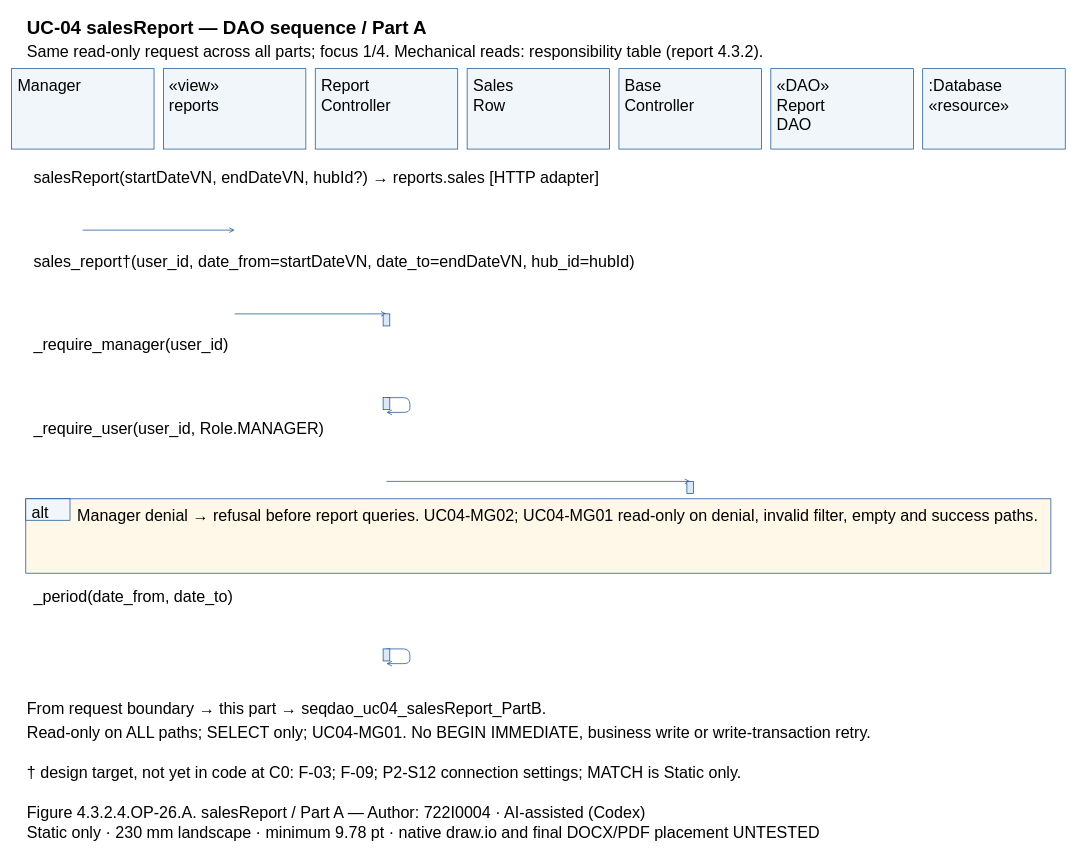
Dat071104/SaigonBite keeps this draw.io diagram as models/UC-04/seqdao_uc04_salesReport_PartA.drawio. Above is the earlier version. Source tidied: cells renumbered, new cells numbered last; positions are measured from the earlier drawing's top-left corner, leaving out a move shared by most shapes. Both pictures are drawn from the tidied source at 67%, with x=0, y=0 at pixel (11, 11).
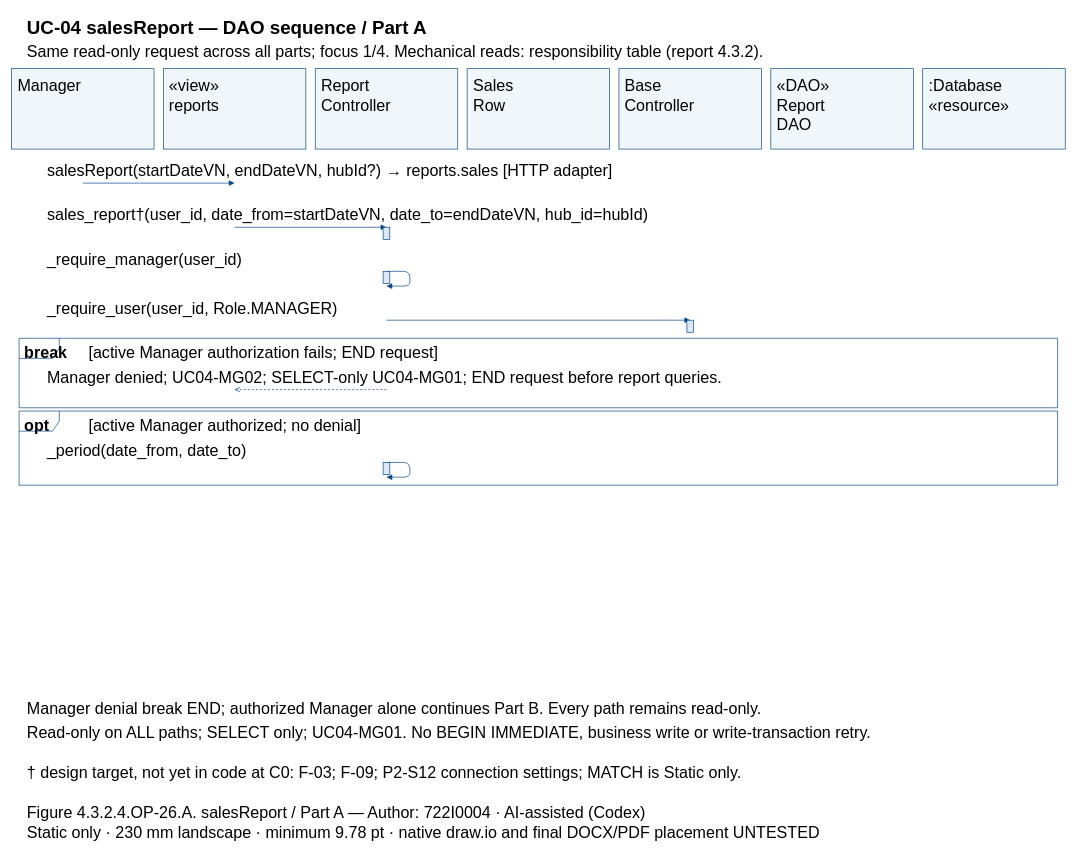
The same page after the edit.

Diff of the diagram source:
```diff
@@
+    <mxCell id="51" style="shape=umlFrame;fillColor=none;strokeColor=#004387;" parent="1" vertex="1">
+      <mxGeometry x="11" y="487.4" width="1550" height="103.7" as="geometry" />
+    </mxCell>
+    <mxCell id="52" style="shape=umlFrame;fillColor=none;strokeColor=#004387;" parent="1" vertex="1">
+      <mxGeometry x="11" y="596" width="1550" height="110.7" as="geometry" />
+    </mxCell>
@@
-    <mxCell id="5" value="Manager" style="text;html=0;whiteSpace=wrap;align=left;verticalAlign=top;strokeColor=none;fillColor=none;fontFamily=Arial;fontSize=24;fontStyle=0;" parent="1" vertex="1">
-      <mxGeometry x="6.7" y="90" width="198.7" height="27.8" as="geometry" />
-    </mxCell>
+    <mxCell id="7" value="Manager" style="text;html=0;whiteSpace=wrap;align=left;verticalAlign=top;strokeColor=none;fillColor=none;fontFamily=Arial;fontSize=24;fontStyle=0;" parent="1" vertex="1">
+      <mxGeometry x="6.7" y="90" width="198.7" height="27.8" as="geometry" />
+    </mxCell>
@@
-    <mxCell id="7" value="«view»&#10;reports" style="text;html=0;whiteSpace=wrap;align=left;verticalAlign=top;strokeColor=none;fillColor=none;fontFamily=Arial;fontSize=24;fontStyle=0;" parent="1" vertex="1">
-      <mxGeometry x="233.3" y="90" width="198.7" height="55.7" as="geometry" />
-    </mxCell>
+    <mxCell id="9" value="«view»&#10;reports" style="text;html=0;whiteSpace=wrap;align=left;verticalAlign=top;strokeColor=none;fillColor=none;fontFamily=Arial;fontSize=24;fontStyle=0;" parent="1" vertex="1">
+      <mxGeometry x="233.3" y="90" width="198.7" height="55.7" as="geometry" />
+    </mxCell>
@@
-    <mxCell id="9" value="Report&#10;Controller" style="text;html=0;whiteSpace=wrap;align=left;verticalAlign=top;strokeColor=none;fillColor=none;fontFamily=Arial;fontSize=24;fontStyle=0;" parent="1" vertex="1">
-      <mxGeometry x="460" y="90" width="198.7" height="55.7" as="geometry" />
-    </mxCell>
+    <mxCell id="11" value="Report&#10;Controller" style="text;html=0;whiteSpace=wrap;align=left;verticalAlign=top;strokeColor=none;fillColor=none;fontFamily=Arial;fontSize=24;fontStyle=0;" parent="1" vertex="1">
+      <mxGeometry x="460" y="90" width="198.7" height="55.7" as="geometry" />
+    </mxCell>
@@
-    <mxCell id="11" value="Sales&#10;Row" style="text;html=0;whiteSpace=wrap;align=left;verticalAlign=top;strokeColor=none;fillColor=none;fontFamily=Arial;fontSize=24;fontStyle=0;" parent="1" vertex="1">
-      <mxGeometry x="686.7" y="90" width="198.7" height="55.7" as="geometry" />
-    </mxCell>
+    <mxCell id="13" value="Sales&#10;Row" style="text;html=0;whiteSpace=wrap;align=left;verticalAlign=top;strokeColor=none;fillColor=none;fontFamily=Arial;fontSize=24;fontStyle=0;" parent="1" vertex="1">
+      <mxGeometry x="686.7" y="90" width="198.7" height="55.7" as="geometry" />
+    </mxCell>
@@
-    <mxCell id="13" value="Base&#10;Controller" style="text;html=0;whiteSpace=wrap;align=left;verticalAlign=top;strokeColor=none;fillColor=none;fontFamily=Arial;fontSize=24;fontStyle=0;" parent="1" vertex="1">
-      <mxGeometry x="913.3" y="90" width="198.7" height="55.7" as="geometry" />
-    </mxCell>
+    <mxCell id="15" value="Base&#10;Controller" style="text;html=0;whiteSpace=wrap;align=left;verticalAlign=top;strokeColor=none;fillColor=none;fontFamily=Arial;fontSize=24;fontStyle=0;" parent="1" vertex="1">
+      <mxGeometry x="913.3" y="90" width="198.7" height="55.7" as="geometry" />
+    </mxCell>
@@
-    <mxCell id="15" value="«DAO»&#10;Report&#10;DAO" style="text;html=0;whiteSpace=wrap;align=left;verticalAlign=top;strokeColor=none;fillColor=none;fontFamily=Arial;fontSize=24;fontStyle=0;" parent="1" vertex="1">
-      <mxGeometry x="1140" y="90" width="198.7" height="83.5" as="geometry" />
-    </mxCell>
+    <mxCell id="17" value="«DAO»&#10;Report&#10;DAO" style="text;html=0;whiteSpace=wrap;align=left;verticalAlign=top;strokeColor=none;fillColor=none;fontFamily=Arial;fontSize=24;fontStyle=0;" parent="1" vertex="1">
+      <mxGeometry x="1140" y="90" width="198.7" height="83.5" as="geometry" />
+    </mxCell>
@@
-    <mxCell id="17" value=":Database&#10;«resource»" style="text;html=0;whiteSpace=wrap;align=left;verticalAlign=top;strokeColor=none;fillColor=none;fontFamily=Arial;fontSize=24;fontStyle=0;" parent="1" vertex="1">
-      <mxGeometry x="1366.7" y="90" width="198.7" height="55.7" as="geometry" />
-    </mxCell>
+    <mxCell id="53" value=":Database&#10;«resource»" style="text;html=0;whiteSpace=wrap;align=left;verticalAlign=top;strokeColor=none;fillColor=none;fontFamily=Arial;fontSize=24;fontStyle=0;" parent="1" vertex="1">
+      <mxGeometry x="1366.7" y="90" width="198.7" height="55.7" as="geometry" />
+    </mxCell>
+    <mxCell id="54" value="break" style="text;html=0;whiteSpace=wrap;align=left;verticalAlign=top;strokeColor=none;fillColor=none;fontFamily=Arial;fontSize=24;fontStyle=1;" parent="1" vertex="1">
+      <mxGeometry x="17" y="488.4" width="84" height="27.8" as="geometry" />
+    </mxCell>
+    <mxCell id="55" value="[active Manager authorization fails; END request]" style="text;html=0;whiteSpace=wrap;align=left;verticalAlign=top;strokeColor=none;fillColor=none;fontFamily=Arial;fontSize=24;fontStyle=0;" parent="1" vertex="1">
+      <mxGeometry x="113" y="488.4" width="1438" height="27.8" as="geometry" />
+    </mxCell>
+    <mxCell id="56" value="opt" style="text;html=0;whiteSpace=wrap;align=left;verticalAlign=top;strokeColor=none;fillColor=none;fontFamily=Arial;fontSize=24;fontStyle=1;" parent="1" vertex="1">
+      <mxGeometry x="17" y="597" width="84" height="27.8" as="geometry" />
+    </mxCell>
+    <mxCell id="57" value="[active Manager authorized; no denial]" style="text;html=0;whiteSpace=wrap;align=left;verticalAlign=top;strokeColor=none;fillColor=none;fontFamily=Arial;fontSize=24;fontStyle=0;" parent="1" vertex="1">
+      <mxGeometry x="113" y="597" width="1438" height="27.8" as="geometry" />
+    </mxCell>
     <mxCell id="18" value="salesReport(startDateVN, endDateVN, hubId?) → reports.sales [HTTP adapter]" style="text;html=0;whiteSpace=wrap;align=left;verticalAlign=top;strokeColor=none;fillColor=none;fontFamily=Arial;fontSize=24;fontStyle=0;" parent="1" vertex="1">
-      <mxGeometry x="31" y="227" width="1510" height="27.8" as="geometry" />
+      <mxGeometry x="51" y="217" width="1470" height="27.8" as="geometry" />
     </mxCell>
     <mxCell id="19" style="opacity=0;" parent="1" vertex="1">
-      <mxGeometry x="106" y="326" as="geometry" />
+      <mxGeometry x="106" y="255.8" as="geometry" />
     </mxCell>
     <mxCell id="20" style="opacity=0;" parent="1" vertex="1">
-      <mxGeometry x="332.7" y="326" as="geometry" />
+      <mxGeometry x="332.7" y="255.8" as="geometry" />
     </mxCell>
-    <mxCell id="21" style="edgeStyle=none;endArrow=open;strokeColor=#004387;exitX=0.5;entryX=0.5;exitPerimeter=0;entryPerimeter=0;" parent="1" edge="1" source="19" target="20">
+    <mxCell id="21" style="edgeStyle=none;endArrow=block;endFill=1;strokeColor=#004387;exitX=0.5;entryX=0.5;exitPerimeter=0;entryPerimeter=0;" parent="1" edge="1" source="19" target="20">
       <mxGeometry relative="1" as="geometry" />
     </mxCell>
-    <mxCell id="22" value="sales_report†(user_id, date_from=startDateVN, date_to=endDateVN, hub_id=hubId)" style="text;html=0;whiteSpace=wrap;align=left;verticalAlign=top;strokeColor=none;fillColor=none;fontFamily=Arial;fontSize=24;fontStyle=0;" parent="1" vertex="1">
-      <mxGeometry x="31" y="352" width="1510" height="27.8" as="geometry" />
-    </mxCell>
+    <mxCell id="32" value="sales_report†(user_id, date_from=startDateVN, date_to=endDateVN, hub_id=hubId)" style="text;html=0;whiteSpace=wrap;align=left;verticalAlign=top;strokeColor=none;fillColor=none;fontFamily=Arial;fontSize=24;fontStyle=0;" parent="1" vertex="1">
+      <mxGeometry x="51" y="282.8" width="1470" height="27.8" as="geometry" />
+    </mxCell>
     <mxCell id="23" style="opacity=0;" parent="1" vertex="1">
-      <mxGeometry x="332.7" y="451" as="geometry" />
+      <mxGeometry x="332.7" y="321.7" as="geometry" />
     </mxCell>
     <mxCell id="24" style="opacity=0;" parent="1" vertex="1">
-      <mxGeometry x="559.3" y="451" as="geometry" />
+      <mxGeometry x="559.3" y="321.7" as="geometry" />
     </mxCell>
-    <mxCell id="25" style="edgeStyle=none;endArrow=open;strokeColor=#004387;exitX=0.5;entryX=0.5;exitPerimeter=0;entryPerimeter=0;" parent="1" edge="1" source="23" target="24">
+    <mxCell id="25" style="edgeStyle=none;endArrow=block;endFill=1;strokeColor=#004387;exitX=0.5;entryX=0.5;exitPerimeter=0;entryPerimeter=0;" parent="1" edge="1" source="23" target="24">
       <mxGeometry relative="1" as="geometry" />
     </mxCell>
-    <mxCell id="26" style="fillColor=#DAE9F5;strokeColor=#004387;" parent="1" vertex="1">
-      <mxGeometry x="554.3" y="451" width="10" height="18" as="geometry" />
-    </mxCell>
+    <mxCell id="36" style="fillColor=#DAE9F5;strokeColor=#004387;" parent="1" vertex="1">
+      <mxGeometry x="554.3" y="321.7" width="10" height="18" as="geometry" />
+    </mxCell>
     <mxCell id="27" value="_require_manager(user_id)" style="text;html=0;whiteSpace=wrap;align=left;verticalAlign=top;strokeColor=none;fillColor=none;fontFamily=Arial;fontSize=24;fontStyle=0;" parent="1" vertex="1">
-      <mxGeometry x="31" y="477" width="1510" height="27.8" as="geometry" />
+      <mxGeometry x="51" y="348.7" width="1470" height="27.8" as="geometry" />
     </mxCell>
     <mxCell id="28" style="opacity=0;" parent="1" vertex="1">
-      <mxGeometry x="559.3" y="576" as="geometry" />
+      <mxGeometry x="559.3" y="387.5" as="geometry" />
     </mxCell>
     <mxCell id="29" style="opacity=0;" parent="1" vertex="1">
-      <mxGeometry x="559.3" y="598" as="geometry" />
+      <mxGeometry x="559.3" y="409.5" as="geometry" />
     </mxCell>
-    <mxCell id="30" style="edgeStyle=none;endArrow=open;strokeColor=#004387;exitX=0.5;entryX=0.5;exitPerimeter=0;entryPerimeter=0;" parent="1" edge="1" source="28" target="29">
+    <mxCell id="30" style="edgeStyle=none;endArrow=block;endFill=1;strokeColor=#004387;exitX=0.5;entryX=0.5;exitPerimeter=0;entryPerimeter=0;" parent="1" edge="1" source="28" target="29">
       <mxGeometry relative="1" as="geometry">
         <Array as="points">
-          <mxPoint x="594.3" y="576" />
-          <mxPoint x="594.3" y="598" />
+          <mxPoint x="594.3" y="387.5" />
+          <mxPoint x="594.3" y="409.5" />
         </Array>
       </mxGeometry>
     </mxCell>
-    <mxCell id="31" style="fillColor=#DAE9F5;strokeColor=#004387;" parent="1" vertex="1">
-      <mxGeometry x="554.3" y="576" width="10" height="18" as="geometry" />
-    </mxCell>
-    <mxCell id="32" value="_require_user(user_id, Role.MANAGER)" style="text;html=0;whiteSpace=wrap;align=left;verticalAlign=top;strokeColor=none;fillColor=none;fontFamily=Arial;fontSize=24;fontStyle=0;" parent="1" vertex="1">
-      <mxGeometry x="31" y="602" width="1510" height="27.8" as="geometry" />
-    </mxCell>
+    <mxCell id="58" style="fillColor=#DAE9F5;strokeColor=#004387;" parent="1" vertex="1">
+      <mxGeometry x="554.3" y="387.5" width="10" height="18" as="geometry" />
+    </mxCell>
+    <mxCell id="40" value="_require_user(user_id, Role.MANAGER)" style="text;html=0;whiteSpace=wrap;align=left;verticalAlign=top;strokeColor=none;fillColor=none;fontFamily=Arial;fontSize=24;fontStyle=0;" parent="1" vertex="1">
+      <mxGeometry x="51" y="421.5" width="1470" height="27.8" as="geometry" />
+    </mxCell>
     <mxCell id="33" style="opacity=0;" parent="1" vertex="1">
-      <mxGeometry x="559.3" y="701" as="geometry" />
+      <mxGeometry x="559.3" y="460.4" as="geometry" />
     </mxCell>
     <mxCell id="34" style="opacity=0;" parent="1" vertex="1">
-      <mxGeometry x="1012.7" y="701" as="geometry" />
+      <mxGeometry x="1012.7" y="460.4" as="geometry" />
     </mxCell>
-    <mxCell id="35" style="edgeStyle=none;endArrow=open;strokeColor=#004387;exitX=0.5;entryX=0.5;exitPerimeter=0;entryPerimeter=0;" parent="1" edge="1" source="33" target="34">
+    <mxCell id="35" style="edgeStyle=none;endArrow=block;endFill=1;strokeColor=#004387;exitX=0.5;entryX=0.5;exitPerimeter=0;entryPerimeter=0;" parent="1" edge="1" source="33" target="34">
       <mxGeometry relative="1" as="geometry" />
     </mxCell>
-    <mxCell id="36" style="fillColor=#DAE9F5;strokeColor=#004387;" parent="1" vertex="1">
-      <mxGeometry x="1007.7" y="701" width="10" height="18" as="geometry" />
-    </mxCell>
-    <mxCell id="37" style="fillColor=#FFF8E9;strokeColor=#004387;" parent="1" vertex="1">
-      <mxGeometry x="21" y="727" width="1530" height="111" as="geometry" />
-    </mxCell>
-    <mxCell id="38" style="fillColor=#F1F6FA;strokeColor=#004387;" parent="1" vertex="1">
-      <mxGeometry x="21" y="727" width="66" height="32" as="geometry" />
-    </mxCell>
-    <mxCell id="39" value="alt" style="text;html=0;whiteSpace=wrap;align=left;verticalAlign=top;strokeColor=none;fillColor=none;fontFamily=Arial;fontSize=24;fontStyle=0;" parent="1" vertex="1">
-      <mxGeometry x="28" y="727" width="56" height="27.8" as="geometry" />
-    </mxCell>
-    <mxCell id="40" value="Manager denial → refusal before report queries. UC04-MG02; UC04-MG01 read-only on denial, invalid filter, empty and success paths." style="text;html=0;whiteSpace=wrap;align=left;verticalAlign=top;strokeColor=none;fillColor=none;fontFamily=Arial;fontSize=24;fontStyle=0;" parent="1" vertex="1">
-      <mxGeometry x="96" y="732" width="1440" height="27.8" as="geometry" />
-    </mxCell>
-    <mxCell id="41" value="_period(date_from, date_to)" style="text;html=0;whiteSpace=wrap;align=left;verticalAlign=top;strokeColor=none;fillColor=none;fontFamily=Arial;fontSize=24;fontStyle=0;" parent="1" vertex="1">
-      <mxGeometry x="31" y="852" width="1510" height="27.8" as="geometry" />
-    </mxCell>
+    <mxCell id="59" style="fillColor=#DAE9F5;strokeColor=#004387;" parent="1" vertex="1">
+      <mxGeometry x="1007.7" y="460.4" width="10" height="18" as="geometry" />
+    </mxCell>
+    <mxCell id="60" value="Manager denied; UC04-MG02; SELECT-only UC04-MG01; END request before report queries." style="text;html=0;whiteSpace=wrap;align=left;verticalAlign=top;strokeColor=none;fillColor=none;fontFamily=Arial;fontSize=24;fontStyle=0;" parent="1" vertex="1">
+      <mxGeometry x="51" y="525.2" width="1470" height="27.8" as="geometry" />
+    </mxCell>
+    <mxCell id="61" style="opacity=0;" parent="1" vertex="1">
+      <mxGeometry x="559.3" y="564" as="geometry" />
+    </mxCell>
+    <mxCell id="62" style="opacity=0;" parent="1" vertex="1">
+      <mxGeometry x="332.7" y="564" as="geometry" />
+    </mxCell>
+    <mxCell id="63" style="edgeStyle=none;endArrow=open;endFill=0;strokeColor=#004387;dashed=1;exitX=0.5;entryX=0.5;exitPerimeter=0;entryPerimeter=0;" parent="1" edge="1" source="61" target="62">
+      <mxGeometry relative="1" as="geometry" />
+    </mxCell>
+    <mxCell id="47" value="_period(date_from, date_to)" style="text;html=0;whiteSpace=wrap;align=left;verticalAlign=top;strokeColor=none;fillColor=none;fontFamily=Arial;fontSize=24;fontStyle=0;" parent="1" vertex="1">
+      <mxGeometry x="51" y="633.9" width="1470" height="27.8" as="geometry" />
+    </mxCell>
     <mxCell id="42" style="opacity=0;" parent="1" vertex="1">
-      <mxGeometry x="559.3" y="951" as="geometry" />
+      <mxGeometry x="559.3" y="672.7" as="geometry" />
     </mxCell>
     <mxCell id="43" style="opacity=0;" parent="1" vertex="1">
-      <mxGeometry x="559.3" y="973" as="geometry" />
+      <mxGeometry x="559.3" y="694.7" as="geometry" />
     </mxCell>
-    <mxCell id="44" style="edgeStyle=none;endArrow=open;strokeColor=#004387;exitX=0.5;entryX=0.5;exitPerimeter=0;entryPerimeter=0;" parent="1" edge="1" source="42" target="43">
+    <mxCell id="44" style="edgeStyle=none;endArrow=block;endFill=1;strokeColor=#004387;exitX=0.5;entryX=0.5;exitPerimeter=0;entryPerimeter=0;" parent="1" edge="1" source="42" target="43">
       <mxGeometry relative="1" as="geometry">
         <Array as="points">
-          <mxPoint x="594.3" y="951" />
-          <mxPoint x="594.3" y="973" />
+          <mxPoint x="594.3" y="672.7" />
+          <mxPoint x="594.3" y="694.7" />
         </Array>
       </mxGeometry>
     </mxCell>
-    <mxCell id="45" style="fillColor=#DAE9F5;strokeColor=#004387;" parent="1" vertex="1">
-      <mxGeometry x="554.3" y="951" width="10" height="18" as="geometry" />
-    </mxCell>
-    <mxCell id="46" value="From request boundary → this part → seqdao_uc04_salesReport_PartB." style="text;html=0;whiteSpace=wrap;align=left;verticalAlign=top;strokeColor=none;fillColor=none;fontFamily=Arial;fontSize=24;fontStyle=0;" parent="1" vertex="1">
-      <mxGeometry x="21" y="1020" width="1530" height="27.8" as="geometry" />
-    </mxCell>
-    <mxCell id="47" value="Read-only on ALL paths; SELECT only; UC04-MG01. No BEGIN IMMEDIATE, business write or write-transaction retry." style="text;html=0;whiteSpace=wrap;align=left;verticalAlign=top;strokeColor=none;fillColor=none;fontFamily=Arial;fontSize=24;fontStyle=0;" parent="1" vertex="1">
-      <mxGeometry x="21" y="1055" width="1530" height="27.8" as="geometry" />
-    </mxCell>
+    <mxCell id="64" style="fillColor=#DAE9F5;strokeColor=#004387;" parent="1" vertex="1">
+      <mxGeometry x="554.3" y="672.7" width="10" height="18" as="geometry" />
+    </mxCell>
+    <mxCell id="50" value="Manager denial break END; authorized Manager alone continues Part B. Every path remains read-only." style="text;html=0;whiteSpace=wrap;align=left;verticalAlign=top;strokeColor=none;fillColor=none;fontFamily=Arial;fontSize=24;fontStyle=0;" parent="1" vertex="1">
+      <mxGeometry x="21" y="1020" width="1530" height="27.8" as="geometry" />
+    </mxCell>
+    <mxCell id="65" value="Read-only on ALL paths; SELECT only; UC04-MG01. No BEGIN IMMEDIATE, business write or write-transaction retry." style="text;html=0;whiteSpace=wrap;align=left;verticalAlign=top;strokeColor=none;fillColor=none;fontFamily=Arial;fontSize=24;fontStyle=0;" parent="1" vertex="1">
+      <mxGeometry x="21" y="1055" width="1530" height="27.8" as="geometry" />
+    </mxCell>
@@
-    <mxCell id="50" value="Static only · 230 mm landscape · minimum 9.78 pt · native draw.io and final DOCX/PDF placement UNTESTED" style="text;html=0;whiteSpace=wrap;align=left;verticalAlign=top;strokeColor=none;fillColor=none;fontFamily=Arial;fontSize=24;fontStyle=0;" parent="1" vertex="1">
-      <mxGeometry x="21" y="1205" width="1530" height="27.8" as="geometry" />
-    </mxCell>
+    <mxCell id="66" value="Static only · 230 mm landscape · minimum 9.78 pt · native draw.io and final DOCX/PDF placement UNTESTED" style="text;html=0;whiteSpace=wrap;align=left;verticalAlign=top;strokeColor=none;fillColor=none;fontFamily=Arial;fontSize=24;fontStyle=0;" parent="1" vertex="1">
+      <mxGeometry x="21" y="1205" width="1530" height="27.8" as="geometry" />
+    </mxCell>
```
